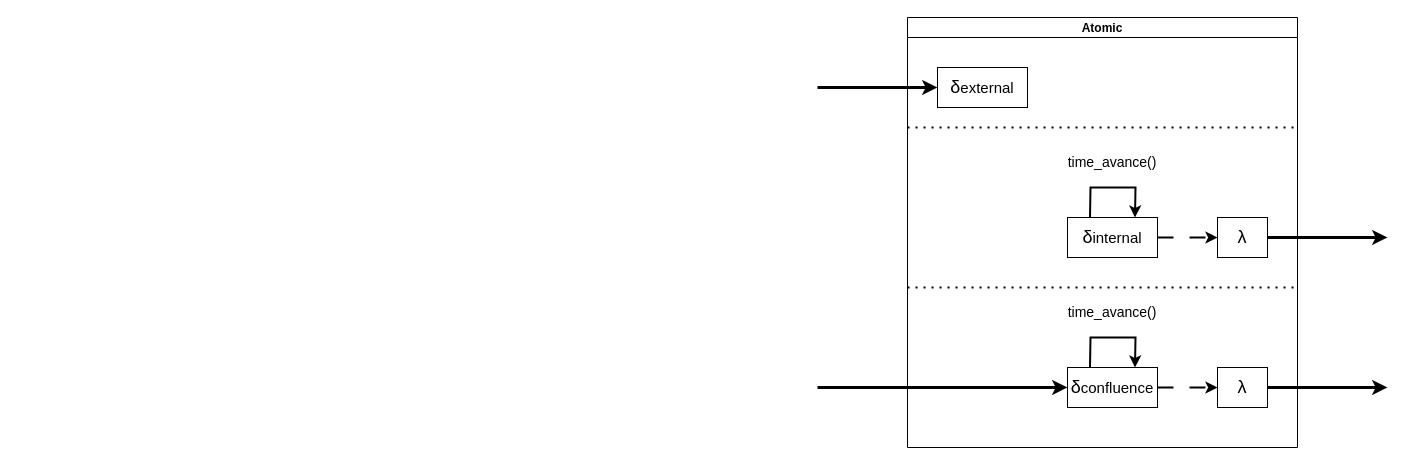
Earlier version of the draw.io diagram images/atomic.drawio (EmmanuelMess/Multistep-DEVS-Simulator). Source tidied: cells renumbered, new cells numbered last; positions are measured from the earlier drawing's top-left corner, leaving out a move shared by most shapes. Both pictures are drawn from the tidied source at 100%, with x=0, y=0 at pixel (817, 17).
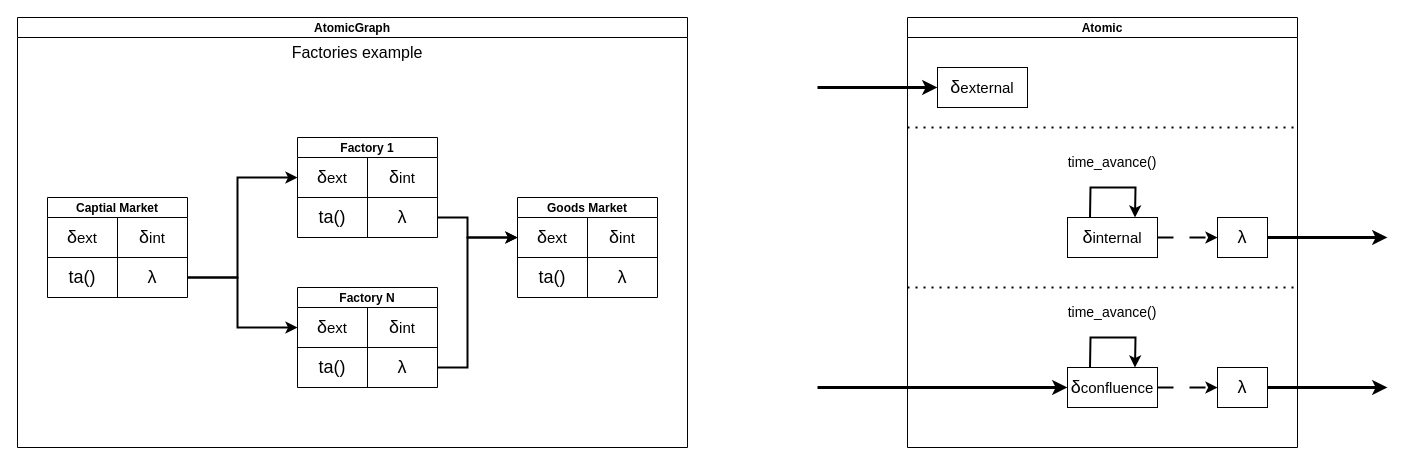
The same page after the edit.

Diff of the diagram source:
```diff
@@
+    <mxCell id="20" value="AtomicGraph" style="swimlane;startSize=20;horizontal=1;containerType=tree;newEdgeStyle={&quot;edgeStyle&quot;:&quot;elbowEdgeStyle&quot;,&quot;startArrow&quot;:&quot;none&quot;,&quot;endArrow&quot;:&quot;none&quot;};" parent="1" vertex="1">
+      <mxGeometry x="-800" width="670" height="430" as="geometry" />
+    </mxCell>
+    <mxCell id="21" value="Captial Market" style="swimlane;startSize=20;horizontal=1;containerType=tree;newEdgeStyle={&quot;edgeStyle&quot;:&quot;elbowEdgeStyle&quot;,&quot;startArrow&quot;:&quot;none&quot;,&quot;endArrow&quot;:&quot;none&quot;};" parent="20" vertex="1">
+      <mxGeometry x="30" y="180" width="140" height="100" as="geometry" />
+    </mxCell>
+    <mxCell id="22" style="endArrow=none;html=1;rounded=0;" parent="21" edge="1">
+      <mxGeometry relative="1" as="geometry">
+        <mxPoint x="70" y="100" as="sourcePoint" />
+        <mxPoint x="70" y="20" as="targetPoint" />
+      </mxGeometry>
+    </mxCell>
+    <mxCell id="23" value="&lt;font style=&quot;font-size: 18px;&quot;&gt;δ&lt;/font&gt;&lt;font style=&quot;font-size: 15px;&quot;&gt;ext&lt;/font&gt;" style="text;html=1;align=center;verticalAlign=middle;whiteSpace=wrap;rounded=0;" parent="21" vertex="1">
+      <mxGeometry y="20" width="70" height="40" as="geometry" />
+    </mxCell>
+    <mxCell id="24" value="&lt;font style=&quot;font-size: 18px;&quot;&gt;δ&lt;/font&gt;&lt;font style=&quot;font-size: 15px;&quot;&gt;int&lt;/font&gt;" style="text;html=1;align=center;verticalAlign=middle;whiteSpace=wrap;rounded=0;" parent="21" vertex="1">
+      <mxGeometry x="70" y="20" width="70" height="40" as="geometry" />
+    </mxCell>
+    <mxCell id="25" value="&lt;span style=&quot;font-size: 18px;&quot;&gt;λ&lt;/span&gt;" style="text;html=1;align=center;verticalAlign=middle;whiteSpace=wrap;rounded=0;" parent="21" vertex="1">
+      <mxGeometry x="70" y="60" width="70" height="40" as="geometry" />
+    </mxCell>
+    <mxCell id="26" value="&lt;span style=&quot;font-size: 18px;&quot;&gt;ta()&lt;/span&gt;" style="text;html=1;align=center;verticalAlign=middle;whiteSpace=wrap;rounded=0;" parent="21" vertex="1">
+      <mxGeometry y="60" width="70" height="40" as="geometry" />
+    </mxCell>
+    <mxCell id="27" style="endArrow=none;html=1;rounded=0;" parent="21" edge="1">
+      <mxGeometry relative="1" as="geometry">
+        <mxPoint x="140" y="60" as="sourcePoint" />
+        <mxPoint y="60" as="targetPoint" />
+      </mxGeometry>
+    </mxCell>
+    <mxCell id="28" value="Factory 1" style="swimlane;startSize=20;horizontal=1;containerType=tree;newEdgeStyle={&quot;edgeStyle&quot;:&quot;elbowEdgeStyle&quot;,&quot;startArrow&quot;:&quot;none&quot;,&quot;endArrow&quot;:&quot;none&quot;};" parent="20" vertex="1">
+      <mxGeometry x="280" y="120" width="140" height="100" as="geometry" />
+    </mxCell>
+    <mxCell id="29" style="endArrow=none;html=1;rounded=0;" parent="28" edge="1">
+      <mxGeometry relative="1" as="geometry">
+        <mxPoint x="70" y="100" as="sourcePoint" />
+        <mxPoint x="70" y="20" as="targetPoint" />
+      </mxGeometry>
+    </mxCell>
+    <mxCell id="30" value="&lt;font style=&quot;font-size: 18px;&quot;&gt;δ&lt;/font&gt;&lt;font style=&quot;font-size: 15px;&quot;&gt;ext&lt;/font&gt;" style="text;html=1;align=center;verticalAlign=middle;whiteSpace=wrap;rounded=0;" parent="28" vertex="1">
+      <mxGeometry y="20" width="70" height="40" as="geometry" />
+    </mxCell>
+    <mxCell id="31" value="&lt;font style=&quot;font-size: 18px;&quot;&gt;δ&lt;/font&gt;&lt;font style=&quot;font-size: 15px;&quot;&gt;int&lt;/font&gt;" style="text;html=1;align=center;verticalAlign=middle;whiteSpace=wrap;rounded=0;" parent="28" vertex="1">
+      <mxGeometry x="70" y="20" width="70" height="40" as="geometry" />
+    </mxCell>
+    <mxCell id="32" value="&lt;span style=&quot;font-size: 18px;&quot;&gt;λ&lt;/span&gt;" style="text;html=1;align=center;verticalAlign=middle;whiteSpace=wrap;rounded=0;" parent="28" vertex="1">
+      <mxGeometry x="70" y="60" width="70" height="40" as="geometry" />
+    </mxCell>
+    <mxCell id="33" value="&lt;span style=&quot;font-size: 18px;&quot;&gt;ta()&lt;/span&gt;" style="text;html=1;align=center;verticalAlign=middle;whiteSpace=wrap;rounded=0;" parent="28" vertex="1">
+      <mxGeometry y="60" width="70" height="40" as="geometry" />
+    </mxCell>
+    <mxCell id="34" style="endArrow=none;html=1;rounded=0;" parent="28" edge="1">
+      <mxGeometry relative="1" as="geometry">
+        <mxPoint x="140" y="60" as="sourcePoint" />
+        <mxPoint y="60" as="targetPoint" />
+      </mxGeometry>
+    </mxCell>
+    <mxCell id="35" style="endArrow=classic;html=1;rounded=0;entryX=0;entryY=0.5;entryDx=0;entryDy=0;exitX=1;exitY=0.5;exitDx=0;exitDy=0;strokeWidth=2;" parent="20" edge="1" source="25" target="30">
+      <mxGeometry relative="1" as="geometry">
+        <Array as="points">
+          <mxPoint x="220" y="260" />
+          <mxPoint x="220" y="160" />
+        </Array>
+      </mxGeometry>
+    </mxCell>
+    <mxCell id="36" value="Factory N" style="swimlane;startSize=20;horizontal=1;containerType=tree;newEdgeStyle={&quot;edgeStyle&quot;:&quot;elbowEdgeStyle&quot;,&quot;startArrow&quot;:&quot;none&quot;,&quot;endArrow&quot;:&quot;none&quot;};" parent="20" vertex="1">
+      <mxGeometry x="280" y="270" width="140" height="100" as="geometry" />
+    </mxCell>
+    <mxCell id="37" style="endArrow=none;html=1;rounded=0;" parent="36" edge="1">
+      <mxGeometry relative="1" as="geometry">
+        <mxPoint x="70" y="100" as="sourcePoint" />
+        <mxPoint x="70" y="20" as="targetPoint" />
+      </mxGeometry>
+    </mxCell>
+    <mxCell id="38" value="&lt;font style=&quot;font-size: 18px;&quot;&gt;δ&lt;/font&gt;&lt;font style=&quot;font-size: 15px;&quot;&gt;ext&lt;/font&gt;" style="text;html=1;align=center;verticalAlign=middle;whiteSpace=wrap;rounded=0;" parent="36" vertex="1">
+      <mxGeometry y="20" width="70" height="40" as="geometry" />
+    </mxCell>
+    <mxCell id="39" value="&lt;font style=&quot;font-size: 18px;&quot;&gt;δ&lt;/font&gt;&lt;font style=&quot;font-size: 15px;&quot;&gt;int&lt;/font&gt;" style="text;html=1;align=center;verticalAlign=middle;whiteSpace=wrap;rounded=0;" parent="36" vertex="1">
+      <mxGeometry x="70" y="20" width="70" height="40" as="geometry" />
+    </mxCell>
+    <mxCell id="40" value="&lt;span style=&quot;font-size: 18px;&quot;&gt;λ&lt;/span&gt;" style="text;html=1;align=center;verticalAlign=middle;whiteSpace=wrap;rounded=0;" parent="36" vertex="1">
+      <mxGeometry x="70" y="60" width="70" height="40" as="geometry" />
+    </mxCell>
+    <mxCell id="41" value="&lt;span style=&quot;font-size: 18px;&quot;&gt;ta()&lt;/span&gt;" style="text;html=1;align=center;verticalAlign=middle;whiteSpace=wrap;rounded=0;" parent="36" vertex="1">
+      <mxGeometry y="60" width="70" height="40" as="geometry" />
+    </mxCell>
+    <mxCell id="42" style="endArrow=none;html=1;rounded=0;" parent="36" edge="1">
+      <mxGeometry relative="1" as="geometry">
+        <mxPoint x="140" y="60" as="sourcePoint" />
+        <mxPoint y="60" as="targetPoint" />
+      </mxGeometry>
+    </mxCell>
+    <mxCell id="43" style="endArrow=classic;html=1;rounded=0;entryX=0;entryY=0.5;entryDx=0;entryDy=0;exitX=1;exitY=0.5;exitDx=0;exitDy=0;strokeWidth=2;" parent="20" edge="1" source="25" target="38">
+      <mxGeometry relative="1" as="geometry">
+        <Array as="points">
+          <mxPoint x="220" y="260" />
+          <mxPoint x="220" y="310" />
+        </Array>
+      </mxGeometry>
+    </mxCell>
+    <mxCell id="44" value="Goods Market" style="swimlane;startSize=20;horizontal=1;containerType=tree;newEdgeStyle={&quot;edgeStyle&quot;:&quot;elbowEdgeStyle&quot;,&quot;startArrow&quot;:&quot;none&quot;,&quot;endArrow&quot;:&quot;none&quot;};" parent="20" vertex="1">
+      <mxGeometry x="500" y="180" width="140" height="100" as="geometry" />
+    </mxCell>
+    <mxCell id="45" style="endArrow=none;html=1;rounded=0;" parent="44" edge="1">
+      <mxGeometry relative="1" as="geometry">
+        <mxPoint x="70" y="100" as="sourcePoint" />
+        <mxPoint x="70" y="20" as="targetPoint" />
+      </mxGeometry>
+    </mxCell>
+    <mxCell id="46" value="&lt;font style=&quot;font-size: 18px;&quot;&gt;δ&lt;/font&gt;&lt;font style=&quot;font-size: 15px;&quot;&gt;ext&lt;/font&gt;" style="text;html=1;align=center;verticalAlign=middle;whiteSpace=wrap;rounded=0;" parent="44" vertex="1">
+      <mxGeometry y="20" width="70" height="40" as="geometry" />
+    </mxCell>
+    <mxCell id="47" value="&lt;font style=&quot;font-size: 18px;&quot;&gt;δ&lt;/font&gt;&lt;font style=&quot;font-size: 15px;&quot;&gt;int&lt;/font&gt;" style="text;html=1;align=center;verticalAlign=middle;whiteSpace=wrap;rounded=0;" parent="44" vertex="1">
+      <mxGeometry x="70" y="20" width="70" height="40" as="geometry" />
+    </mxCell>
+    <mxCell id="48" value="&lt;span style=&quot;font-size: 18px;&quot;&gt;λ&lt;/span&gt;" style="text;html=1;align=center;verticalAlign=middle;whiteSpace=wrap;rounded=0;" parent="44" vertex="1">
+      <mxGeometry x="70" y="60" width="70" height="40" as="geometry" />
+    </mxCell>
+    <mxCell id="49" value="&lt;span style=&quot;font-size: 18px;&quot;&gt;ta()&lt;/span&gt;" style="text;html=1;align=center;verticalAlign=middle;whiteSpace=wrap;rounded=0;" parent="44" vertex="1">
+      <mxGeometry y="60" width="70" height="40" as="geometry" />
+    </mxCell>
+    <mxCell id="50" style="endArrow=none;html=1;rounded=0;" parent="44" edge="1">
+      <mxGeometry relative="1" as="geometry">
+        <mxPoint x="140" y="60" as="sourcePoint" />
+        <mxPoint y="60" as="targetPoint" />
+      </mxGeometry>
+    </mxCell>
+    <mxCell id="51" style="endArrow=classic;html=1;rounded=0;entryX=0;entryY=0.5;entryDx=0;entryDy=0;exitX=1;exitY=0.5;exitDx=0;exitDy=0;strokeWidth=2;" parent="20" edge="1" source="32" target="46">
+      <mxGeometry relative="1" as="geometry">
+        <Array as="points">
+          <mxPoint x="450" y="200" />
+          <mxPoint x="450" y="220" />
+        </Array>
+      </mxGeometry>
+    </mxCell>
+    <mxCell id="52" style="endArrow=classic;html=1;rounded=0;entryX=0;entryY=0.5;entryDx=0;entryDy=0;exitX=1;exitY=0.5;exitDx=0;exitDy=0;strokeWidth=2;" parent="20" edge="1" source="40" target="46">
+      <mxGeometry relative="1" as="geometry">
+        <Array as="points">
+          <mxPoint x="450" y="350" />
+          <mxPoint x="450" y="220" />
+        </Array>
+      </mxGeometry>
+    </mxCell>
+    <mxCell id="53" value="&lt;font style=&quot;font-size: 16px;&quot;&gt;Factories example&lt;/font&gt;" style="text;html=1;align=center;verticalAlign=middle;whiteSpace=wrap;rounded=0;" parent="20" vertex="1">
+      <mxGeometry x="260" y="20" width="160" height="30" as="geometry" />
+    </mxCell>
```
